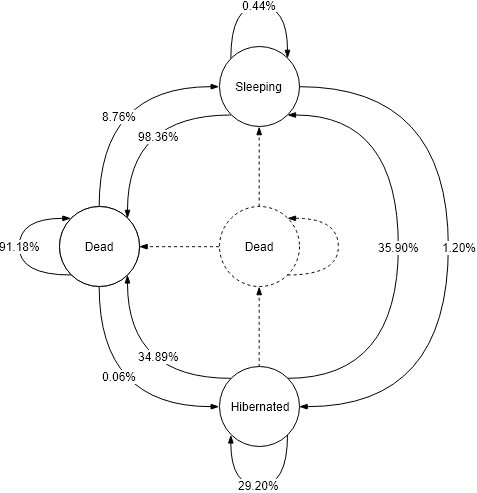
collab-uniba/developersInactivityAnalysis keeps this draw.io diagram as Chains/node_chain.png. Above is the earlier version. Source tidied: cells renumbered, new cells last; positions are measured from the earlier drawing's top-left corner, leaving out a move shared by most shapes. Its diagram source:
```xml
<mxGraphModel>
  <root>
    <mxCell id="0" />
    <mxCell id="1" parent="0" />
    <mxCell id="2" style="edgeStyle=orthogonalEdgeStyle;rounded=0;jettySize=auto;html=1;exitX=0.5;exitY=0;exitDx=0;exitDy=0;entryX=0;entryY=0.5;entryDx=0;entryDy=0;endArrow=blockThin;endFill=1;curved=1;" parent="1" edge="1" source="6" target="11">
      <mxGeometry relative="1" as="geometry" />
    </mxCell>
    <mxCell id="3" value="8.76%" style="text;html=1;align=center;verticalAlign=middle;labelBackgroundColor=#ffffff;" parent="2" vertex="1">
      <mxGeometry x="-0.16" y="-25" relative="1" as="geometry">
        <mxPoint x="-5.5" y="11.5" as="offset" />
      </mxGeometry>
    </mxCell>
    <mxCell id="4" style="edgeStyle=orthogonalEdgeStyle;curved=1;rounded=0;jettySize=auto;html=1;exitX=0.5;exitY=1;exitDx=0;exitDy=0;entryX=0;entryY=0.5;entryDx=0;entryDy=0;endArrow=blockThin;endFill=1;" parent="1" edge="1" source="6" target="21">
      <mxGeometry relative="1" as="geometry">
        <Array as="points">
          <mxPoint x="80" y="401.5" />
        </Array>
      </mxGeometry>
    </mxCell>
    <mxCell id="5" value="0.06%" style="text;html=1;align=center;verticalAlign=middle;labelBackgroundColor=#ffffff;" parent="4" vertex="1">
      <mxGeometry x="-0.21" y="-16" relative="1" as="geometry">
        <mxPoint x="35.5" y="-5.5" as="offset" />
      </mxGeometry>
    </mxCell>
    <mxCell id="6" value="Active" style="ellipse;whiteSpace=wrap;html=1;" parent="1" vertex="1">
      <mxGeometry x="39.5" y="201" width="80" height="80" as="geometry" />
    </mxCell>
    <mxCell id="7" style="edgeStyle=orthogonalEdgeStyle;curved=1;rounded=0;jettySize=auto;html=1;exitX=0;exitY=1;exitDx=0;exitDy=0;entryX=1;entryY=0;entryDx=0;entryDy=0;endArrow=blockThin;endFill=1;" parent="1" edge="1" source="11" target="6">
      <mxGeometry relative="1" as="geometry">
        <Array as="points">
          <mxPoint x="108" y="109.5" />
        </Array>
      </mxGeometry>
    </mxCell>
    <mxCell id="8" value="98.36%" style="text;html=1;align=center;verticalAlign=middle;labelBackgroundColor=#ffffff;" parent="7" vertex="1">
      <mxGeometry x="-0.24" y="-12" relative="1" as="geometry">
        <mxPoint x="7" y="33.5" as="offset" />
      </mxGeometry>
    </mxCell>
    <mxCell id="9" style="edgeStyle=orthogonalEdgeStyle;curved=1;rounded=0;jettySize=auto;html=1;exitX=1;exitY=0.5;exitDx=0;exitDy=0;entryX=1;entryY=0.5;entryDx=0;entryDy=0;endArrow=blockThin;endFill=1;" parent="1" edge="1" source="11" target="21">
      <mxGeometry relative="1" as="geometry">
        <Array as="points">
          <mxPoint x="429" y="81.5" />
          <mxPoint x="429" y="401.5" />
        </Array>
      </mxGeometry>
    </mxCell>
    <mxCell id="10" value="1.20%&lt;br&gt;" style="text;html=1;align=center;verticalAlign=middle;labelBackgroundColor=#ffffff;" parent="9" vertex="1">
      <mxGeometry x="-0.15" y="-5" relative="1" as="geometry">
        <mxPoint x="15.5" y="46" as="offset" />
      </mxGeometry>
    </mxCell>
    <mxCell id="11" value="Sleeping" style="ellipse;whiteSpace=wrap;html=1;" parent="1" vertex="1">
      <mxGeometry x="199.5" y="41" width="80" height="80" as="geometry" />
    </mxCell>
    <mxCell id="12" style="edgeStyle=orthogonalEdgeStyle;curved=1;rounded=0;jettySize=auto;html=1;exitX=0.5;exitY=0;exitDx=0;exitDy=0;entryX=0.5;entryY=1;entryDx=0;entryDy=0;endArrow=blockThin;endFill=1;dashed=1;" parent="1" edge="1" source="14" target="11">
      <mxGeometry relative="1" as="geometry">
        <Array as="points">
          <mxPoint x="240" y="140.5" />
          <mxPoint x="240" y="140.5" />
        </Array>
      </mxGeometry>
    </mxCell>
    <mxCell id="13" style="edgeStyle=orthogonalEdgeStyle;curved=1;rounded=0;jettySize=auto;html=1;endArrow=blockThin;endFill=1;entryX=1;entryY=0.5;entryDx=0;entryDy=0;exitX=0;exitY=0.5;exitDx=0;exitDy=0;dashed=1;" parent="1" edge="1" source="14" target="6">
      <mxGeometry relative="1" as="geometry">
        <Array as="points">
          <mxPoint x="200" y="240.5" />
          <mxPoint x="159" y="240.5" />
          <mxPoint x="159" y="241.5" />
        </Array>
      </mxGeometry>
    </mxCell>
    <mxCell id="14" value="Dead" style="ellipse;whiteSpace=wrap;html=1;dashed=1;" parent="1" vertex="1">
      <mxGeometry x="199.5" y="201" width="80" height="80" as="geometry" />
    </mxCell>
    <mxCell id="15" value="Dead" style="ellipse;whiteSpace=wrap;html=1;" parent="1" vertex="1">
      <mxGeometry x="39.5" y="201" width="80" height="80" as="geometry" />
    </mxCell>
    <mxCell id="16" style="edgeStyle=orthogonalEdgeStyle;curved=1;rounded=0;jettySize=auto;html=1;entryX=1;entryY=1;entryDx=0;entryDy=0;endArrow=blockThin;endFill=1;exitX=0;exitY=0;exitDx=0;exitDy=0;" parent="1" edge="1" source="21" target="6">
      <mxGeometry relative="1" as="geometry" />
    </mxCell>
    <mxCell id="17" value="34.89%&lt;br&gt;" style="text;html=1;align=center;verticalAlign=middle;labelBackgroundColor=#ffffff;" parent="16" vertex="1">
      <mxGeometry x="-0.24" y="-22" relative="1" as="geometry">
        <mxPoint x="6" as="offset" />
      </mxGeometry>
    </mxCell>
    <mxCell id="18" style="edgeStyle=orthogonalEdgeStyle;curved=1;rounded=0;jettySize=auto;html=1;entryX=0.5;entryY=1;entryDx=0;entryDy=0;endArrow=blockThin;endFill=1;exitX=0.5;exitY=0;exitDx=0;exitDy=0;dashed=1;" parent="1" edge="1" source="21" target="14">
      <mxGeometry relative="1" as="geometry" />
    </mxCell>
    <mxCell id="19" style="edgeStyle=orthogonalEdgeStyle;curved=1;rounded=0;jettySize=auto;html=1;exitX=1;exitY=0;exitDx=0;exitDy=0;entryX=1;entryY=1;entryDx=0;entryDy=0;endArrow=blockThin;endFill=1;" parent="1" edge="1" source="21" target="11">
      <mxGeometry relative="1" as="geometry">
        <Array as="points">
          <mxPoint x="379" y="372.5" />
          <mxPoint x="379" y="109.5" />
        </Array>
      </mxGeometry>
    </mxCell>
    <mxCell id="20" value="35.90%" style="text;html=1;align=center;verticalAlign=middle;labelBackgroundColor=#ffffff;direction=south;" parent="19" vertex="1">
      <mxGeometry y="-25" relative="1" as="geometry">
        <mxPoint x="-24.5" as="offset" />
      </mxGeometry>
    </mxCell>
    <mxCell id="21" value="Hibernated" style="ellipse;whiteSpace=wrap;html=1;" parent="1" vertex="1">
      <mxGeometry x="199.5" y="361" width="80" height="80" as="geometry" />
    </mxCell>
    <mxCell id="22" style="edgeStyle=orthogonalEdgeStyle;curved=1;rounded=0;orthogonalLoop=1;jettySize=auto;html=1;exitX=0;exitY=1;exitDx=0;exitDy=0;endArrow=blockThin;endFill=1;entryX=0;entryY=0;entryDx=0;entryDy=0;" parent="1" edge="1" source="6" target="6">
      <mxGeometry relative="1" as="geometry">
        <Array as="points">
          <mxPoint y="269.5" />
          <mxPoint y="212.5" />
        </Array>
      </mxGeometry>
    </mxCell>
    <mxCell id="23" value="91.18%" style="text;html=1;align=center;verticalAlign=middle;labelBackgroundColor=#ffffff;" parent="22" vertex="1">
      <mxGeometry x="0.2" y="-2" relative="1" as="geometry">
        <mxPoint x="-1.5" y="15.5" as="offset" />
      </mxGeometry>
    </mxCell>
    <mxCell id="24" style="edgeStyle=orthogonalEdgeStyle;curved=1;rounded=0;orthogonalLoop=1;jettySize=auto;html=1;exitX=1;exitY=1;exitDx=0;exitDy=0;entryX=0;entryY=1;entryDx=0;entryDy=0;endArrow=blockThin;endFill=1;" parent="1" edge="1" source="21" target="21">
      <mxGeometry relative="1" as="geometry">
        <Array as="points">
          <mxPoint x="268" y="480.5" />
          <mxPoint x="211" y="480.5" />
        </Array>
      </mxGeometry>
    </mxCell>
    <mxCell id="25" value="29.20%" style="text;html=1;align=center;verticalAlign=middle;labelBackgroundColor=#ffffff;" parent="24" vertex="1">
      <mxGeometry x="-0.36" y="-16" relative="1" as="geometry">
        <mxPoint x="-12.5" y="0.5" as="offset" />
      </mxGeometry>
    </mxCell>
    <mxCell id="26" style="edgeStyle=orthogonalEdgeStyle;curved=1;rounded=0;orthogonalLoop=1;jettySize=auto;html=1;exitX=1;exitY=1;exitDx=0;exitDy=0;entryX=1;entryY=0;entryDx=0;entryDy=0;endArrow=blockThin;endFill=1;dashed=1;" parent="1" edge="1" source="14" target="14">
      <mxGeometry relative="1" as="geometry">
        <Array as="points">
          <mxPoint x="319" y="269.5" />
          <mxPoint x="319" y="212.5" />
        </Array>
      </mxGeometry>
    </mxCell>
    <mxCell id="27" style="edgeStyle=orthogonalEdgeStyle;curved=1;rounded=0;orthogonalLoop=1;jettySize=auto;html=1;exitX=0;exitY=0;exitDx=0;exitDy=0;entryX=1;entryY=0;entryDx=0;entryDy=0;endArrow=blockThin;endFill=1;" parent="1" edge="1" source="11" target="11">
      <mxGeometry relative="1" as="geometry">
        <Array as="points">
          <mxPoint x="211" y="0.5" />
          <mxPoint x="268" y="0.5" />
        </Array>
      </mxGeometry>
    </mxCell>
    <mxCell id="28" value="0.44%" style="text;html=1;align=center;verticalAlign=middle;labelBackgroundColor=#ffffff;" parent="27" vertex="1">
      <mxGeometry x="0.18" y="-2" relative="1" as="geometry">
        <mxPoint x="-14" y="-2.5" as="offset" />
      </mxGeometry>
    </mxCell>
  </root>
</mxGraphModel>
```
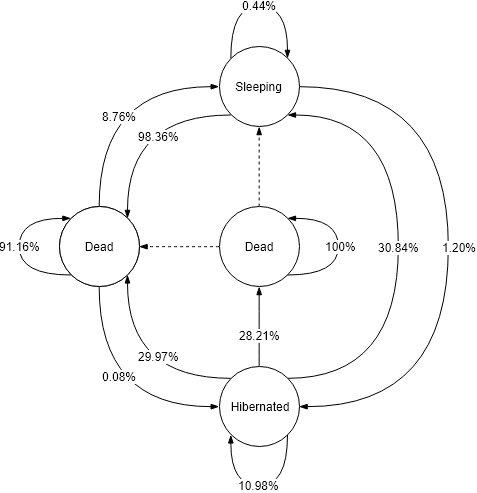
Later version of the same file.

What changed in the source:
```diff
@@ -17,7 +17,7 @@
         </Array>
       </mxGeometry>
     </mxCell>
-    <mxCell id="5" value="0.06%" style="text;html=1;align=center;verticalAlign=middle;labelBackgroundColor=#ffffff;" parent="4" vertex="1">
+    <mxCell id="5" value="0.08%" style="text;html=1;align=center;verticalAlign=middle;labelBackgroundColor=#ffffff;" parent="4" vertex="1">
       <mxGeometry x="-0.21" y="-16" relative="1" as="geometry">
         <mxPoint x="35.5" y="-5.5" as="offset" />
       </mxGeometry>
@@ -70,7 +70,7 @@
         </Array>
       </mxGeometry>
     </mxCell>
-    <mxCell id="14" value="Dead" style="ellipse;whiteSpace=wrap;html=1;dashed=1;" parent="1" vertex="1">
+    <mxCell id="14" value="Dead" style="ellipse;whiteSpace=wrap;html=1;" parent="1" vertex="1">
       <mxGeometry x="199.5" y="201" width="80" height="80" as="geometry" />
     </mxCell>
     <mxCell id="15" value="Dead" style="ellipse;whiteSpace=wrap;html=1;" parent="1" vertex="1">
@@ -79,14 +79,19 @@
     <mxCell id="16" style="edgeStyle=orthogonalEdgeStyle;curved=1;rounded=0;jettySize=auto;html=1;entryX=1;entryY=1;entryDx=0;entryDy=0;endArrow=blockThin;endFill=1;exitX=0;exitY=0;exitDx=0;exitDy=0;" parent="1" edge="1" source="21" target="6">
       <mxGeometry relative="1" as="geometry" />
     </mxCell>
-    <mxCell id="17" value="34.89%&lt;br&gt;" style="text;html=1;align=center;verticalAlign=middle;labelBackgroundColor=#ffffff;" parent="16" vertex="1">
+    <mxCell id="17" value="29.97%&lt;br&gt;" style="text;html=1;align=center;verticalAlign=middle;labelBackgroundColor=#ffffff;" parent="16" vertex="1">
       <mxGeometry x="-0.24" y="-22" relative="1" as="geometry">
         <mxPoint x="6" as="offset" />
       </mxGeometry>
     </mxCell>
-    <mxCell id="18" style="edgeStyle=orthogonalEdgeStyle;curved=1;rounded=0;jettySize=auto;html=1;entryX=0.5;entryY=1;entryDx=0;entryDy=0;endArrow=blockThin;endFill=1;exitX=0.5;exitY=0;exitDx=0;exitDy=0;dashed=1;" parent="1" edge="1" source="21" target="14">
+    <mxCell id="18" style="edgeStyle=orthogonalEdgeStyle;curved=1;rounded=0;jettySize=auto;html=1;entryX=0.5;entryY=1;entryDx=0;entryDy=0;endArrow=blockThin;endFill=1;exitX=0.5;exitY=0;exitDx=0;exitDy=0;" parent="1" edge="1" source="21" target="14">
       <mxGeometry relative="1" as="geometry" />
     </mxCell>
+    <mxCell id="29" value="28.21%" style="text;html=1;align=center;verticalAlign=middle;labelBackgroundColor=#ffffff;" parent="18" vertex="1">
+      <mxGeometry x="0.2" y="1" relative="1" as="geometry">
+        <mxPoint x="1" y="17" as="offset" />
+      </mxGeometry>
+    </mxCell>
     <mxCell id="19" style="edgeStyle=orthogonalEdgeStyle;curved=1;rounded=0;jettySize=auto;html=1;exitX=1;exitY=0;exitDx=0;exitDy=0;entryX=1;entryY=1;entryDx=0;entryDy=0;endArrow=blockThin;endFill=1;" parent="1" edge="1" source="21" target="11">
       <mxGeometry relative="1" as="geometry">
         <Array as="points">
@@ -95,7 +100,7 @@
         </Array>
       </mxGeometry>
     </mxCell>
-    <mxCell id="20" value="35.90%" style="text;html=1;align=center;verticalAlign=middle;labelBackgroundColor=#ffffff;direction=south;" parent="19" vertex="1">
+    <mxCell id="20" value="30.84%" style="text;html=1;align=center;verticalAlign=middle;labelBackgroundColor=#ffffff;direction=south;" parent="19" vertex="1">
       <mxGeometry y="-25" relative="1" as="geometry">
         <mxPoint x="-24.5" as="offset" />
       </mxGeometry>
@@ -111,7 +116,7 @@
         </Array>
       </mxGeometry>
     </mxCell>
-    <mxCell id="23" value="91.18%" style="text;html=1;align=center;verticalAlign=middle;labelBackgroundColor=#ffffff;" parent="22" vertex="1">
+    <mxCell id="23" value="91.16%" style="text;html=1;align=center;verticalAlign=middle;labelBackgroundColor=#ffffff;" parent="22" vertex="1">
       <mxGeometry x="0.2" y="-2" relative="1" as="geometry">
         <mxPoint x="-1.5" y="15.5" as="offset" />
       </mxGeometry>
@@ -124,12 +129,12 @@
         </Array>
       </mxGeometry>
     </mxCell>
-    <mxCell id="25" value="29.20%" style="text;html=1;align=center;verticalAlign=middle;labelBackgroundColor=#ffffff;" parent="24" vertex="1">
+    <mxCell id="25" value="10.98%" style="text;html=1;align=center;verticalAlign=middle;labelBackgroundColor=#ffffff;" parent="24" vertex="1">
       <mxGeometry x="-0.36" y="-16" relative="1" as="geometry">
         <mxPoint x="-12.5" y="0.5" as="offset" />
       </mxGeometry>
     </mxCell>
-    <mxCell id="26" style="edgeStyle=orthogonalEdgeStyle;curved=1;rounded=0;orthogonalLoop=1;jettySize=auto;html=1;exitX=1;exitY=1;exitDx=0;exitDy=0;entryX=1;entryY=0;entryDx=0;entryDy=0;endArrow=blockThin;endFill=1;dashed=1;" parent="1" edge="1" source="14" target="14">
+    <mxCell id="26" style="edgeStyle=orthogonalEdgeStyle;curved=1;rounded=0;orthogonalLoop=1;jettySize=auto;html=1;exitX=1;exitY=1;exitDx=0;exitDy=0;entryX=1;entryY=0;entryDx=0;entryDy=0;endArrow=blockThin;endFill=1;" parent="1" edge="1" source="14" target="14">
       <mxGeometry relative="1" as="geometry">
         <Array as="points">
           <mxPoint x="319" y="269.5" />
@@ -137,6 +142,11 @@
         </Array>
       </mxGeometry>
     </mxCell>
+    <mxCell id="30" value="100%" style="text;html=1;align=center;verticalAlign=middle;labelBackgroundColor=#ffffff;" parent="26" vertex="1">
+      <mxGeometry x="-0.38" y="15" relative="1" as="geometry">
+        <mxPoint x="3" y="-13.5" as="offset" />
+      </mxGeometry>
+    </mxCell>
     <mxCell id="27" style="edgeStyle=orthogonalEdgeStyle;curved=1;rounded=0;orthogonalLoop=1;jettySize=auto;html=1;exitX=0;exitY=0;exitDx=0;exitDy=0;entryX=1;entryY=0;entryDx=0;entryDy=0;endArrow=blockThin;endFill=1;" parent="1" edge="1" source="11" target="11">
       <mxGeometry relative="1" as="geometry">
         <Array as="points">
```
